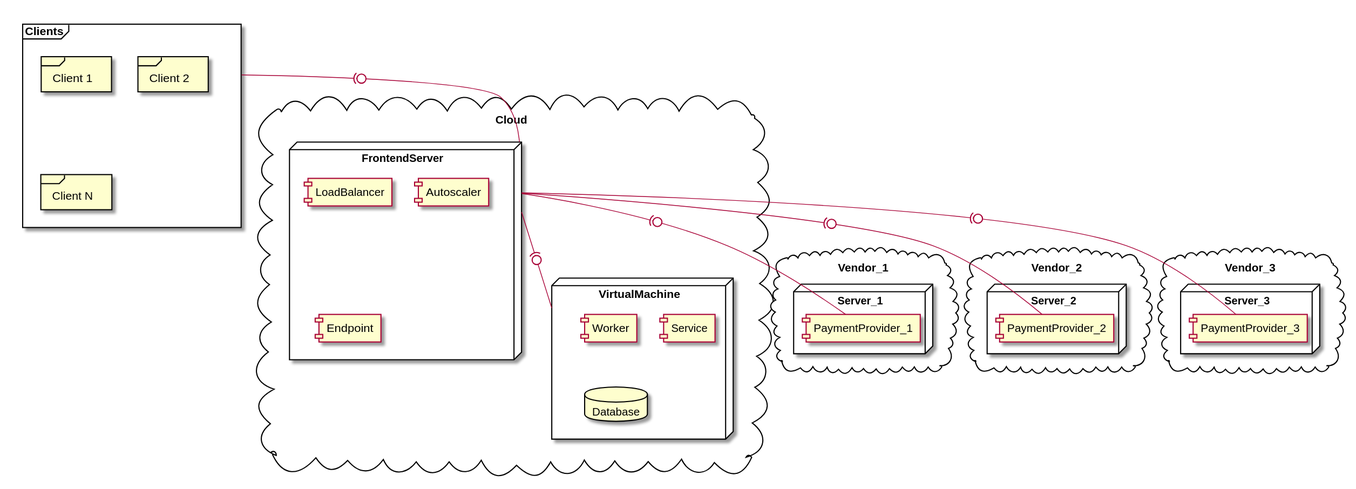
jstorm31/capita-selecta-project keeps this PlantUML diagram as out/model/diagram/DeploymentDiagram/DeploymentDiagram.svg. Above is the earlier version.
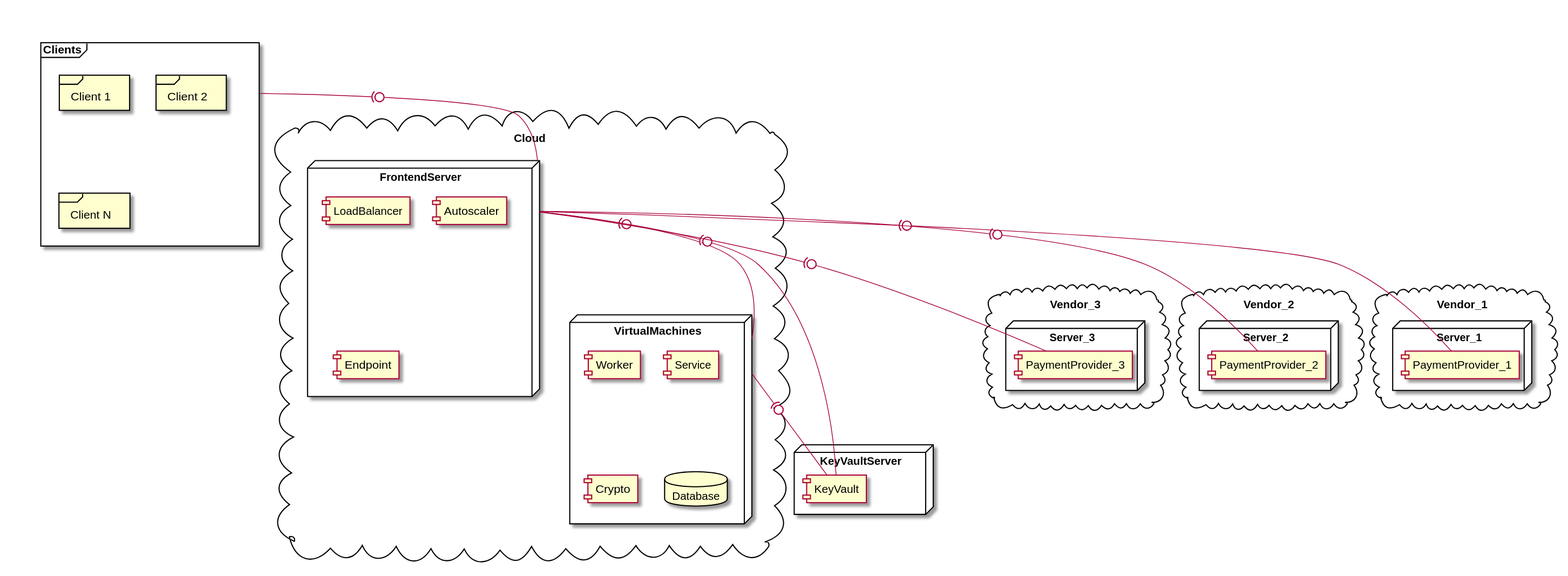
Later version of the same file.

Commit message:
update deployment diagram

Change to the diagram source:
```diff
@@ -1,46 +1,61 @@
 @startuml
-cloud Cloud {
-    node FrontendServer {
-        component LoadBalancer
-        component Autoscaler
-        component Endpoint
+together {
+    frame Clients {
+        frame cl_1 [
+            Client 1
+        ]
+        frame cl_2 [
+            Client 2
+        ]
+        frame cl_n [
+            Client N
+        ]
     }
-    node VirtualMachine {
-        component Worker
-        component Service
-        database Database
+
+    node KeyVaultServer {
+        component KeyVault
     }
-    FrontendServer -(0- VirtualMachine
+
+    cloud Cloud {
+        node VirtualMachines {
+            component Worker
+            component Service
+            component Crypto
+            database Database
+        }
+
+        node FrontendServer {
+            component LoadBalancer
+            component Autoscaler
+            component Endpoint
+            component Crypto
+        }
+
+        FrontendServer -(0- VirtualMachines
+    }
+
+    FrontendServer -(0- KeyVault
+    VirtualMachines -(0- KeyVault
 }
 
-cloud Vendor_1 {
-    node Server_1 {
-        component PaymentProvider_1
+together {
+    cloud Vendor_1 {
+        node Server_1 {
+            component PaymentProvider_1
+        }
     }
-}
 
-cloud Vendor_2 {
-    node Server_2 {
-        component PaymentProvider_2
+    cloud Vendor_2 {
+        node Server_2 {
+            component PaymentProvider_2
+        }
     }
-}
 
-cloud Vendor_3 {
-    node Server_3 {
-        component PaymentProvider_3
+    cloud Vendor_3 {
+        node Server_3 {
+            component PaymentProvider_3
+        }
     }
-}
-
-frame Clients {
-    frame cl_1 [
-        Client 1
-    ]
-    frame cl_2 [
-        Client 2
-    ]
-    frame cl_n [
-        Client N
-    ]
 }
 
 Clients -(0- FrontendServer
```
